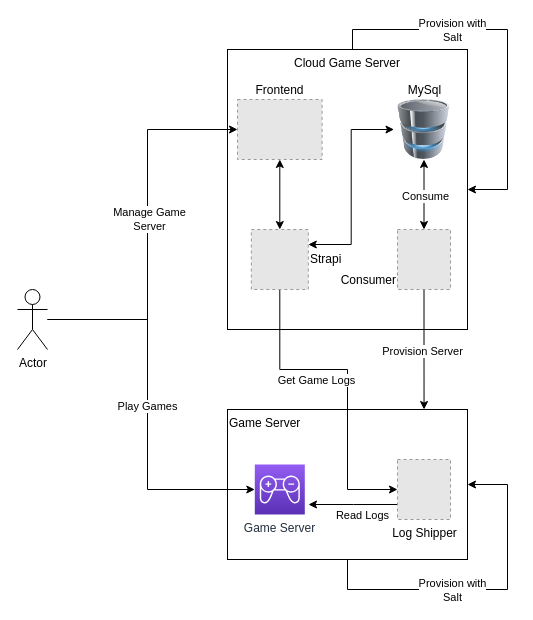
Earlier version of the draw.io diagram documents/general_setup.drawio (dhenkel92/cloud-gameserver). Source tidied: cells renumbered, new cells numbered last; positions are measured from the earlier drawing's top-left corner, leaving out a move shared by most shapes. Both pictures are drawn from the tidied source at 100%, with x=0, y=0 at pixel (17, 29). Pictures stored in the file or linked from it are replaced by grey dashed boxes.
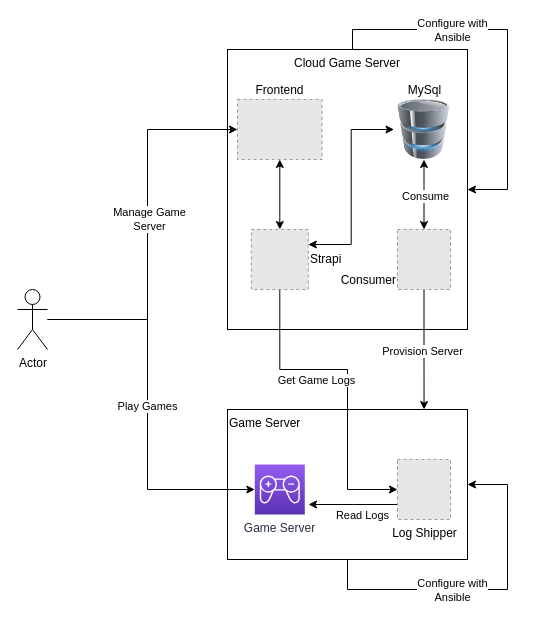
The same diagram, later.

Commit message (it also covers changes not shown here):
update setup diagram

The change refers to these unchanged cells:
```xml
<mxCell id="3" style="edgeStyle=orthogonalEdgeStyle;rounded=0;orthogonalLoop=1;jettySize=auto;html=1;entryX=1;entryY=0.5;entryDx=0;entryDy=0;" parent="1" edge="1" source="5" target="5">
  <mxGeometry relative="1" as="geometry">
    <Array as="points">
      <mxPoint x="335" />
      <mxPoint x="490" />
      <mxPoint x="490" y="160" />
    </Array>
  </mxGeometry>
</mxCell>
<mxCell id="18" style="edgeStyle=orthogonalEdgeStyle;rounded=0;orthogonalLoop=1;jettySize=auto;html=1;entryX=1;entryY=0.5;entryDx=0;entryDy=0;exitX=0.5;exitY=1;exitDx=0;exitDy=0;" parent="1" edge="1" source="2" target="2">
  <mxGeometry relative="1" as="geometry">
    <Array as="points">
      <mxPoint x="330" y="560" />
      <mxPoint x="490" y="560" />
      <mxPoint x="490" y="455" />
    </Array>
  </mxGeometry>
</mxCell>
```

What changed in the source:
```diff
@@
-    <mxCell id="4" value="Provision with&lt;br&gt;Salt" style="edgeLabel;html=1;align=center;verticalAlign=middle;" parent="3" vertex="1">
+    <mxCell id="4" value="Configure with&lt;br&gt;Ansible" style="edgeLabel;html=1;align=center;verticalAlign=middle;" parent="3" vertex="1">
       <mxGeometry x="-0.53" relative="1" as="geometry">
         <mxPoint x="31" as="offset" />
       </mxGeometry>
     </mxCell>
@@
-    <mxCell id="19" value="Provision with&lt;br&gt;Salt" style="edgeLabel;html=1;align=center;verticalAlign=middle;" parent="18" vertex="1">
+    <mxCell id="19" value="Configure with&lt;br&gt;Ansible" style="edgeLabel;html=1;align=center;verticalAlign=middle;" parent="18" vertex="1">
       <mxGeometry x="-0.53" relative="1" as="geometry">
         <mxPoint x="55" as="offset" />
       </mxGeometry>
     </mxCell>
```
